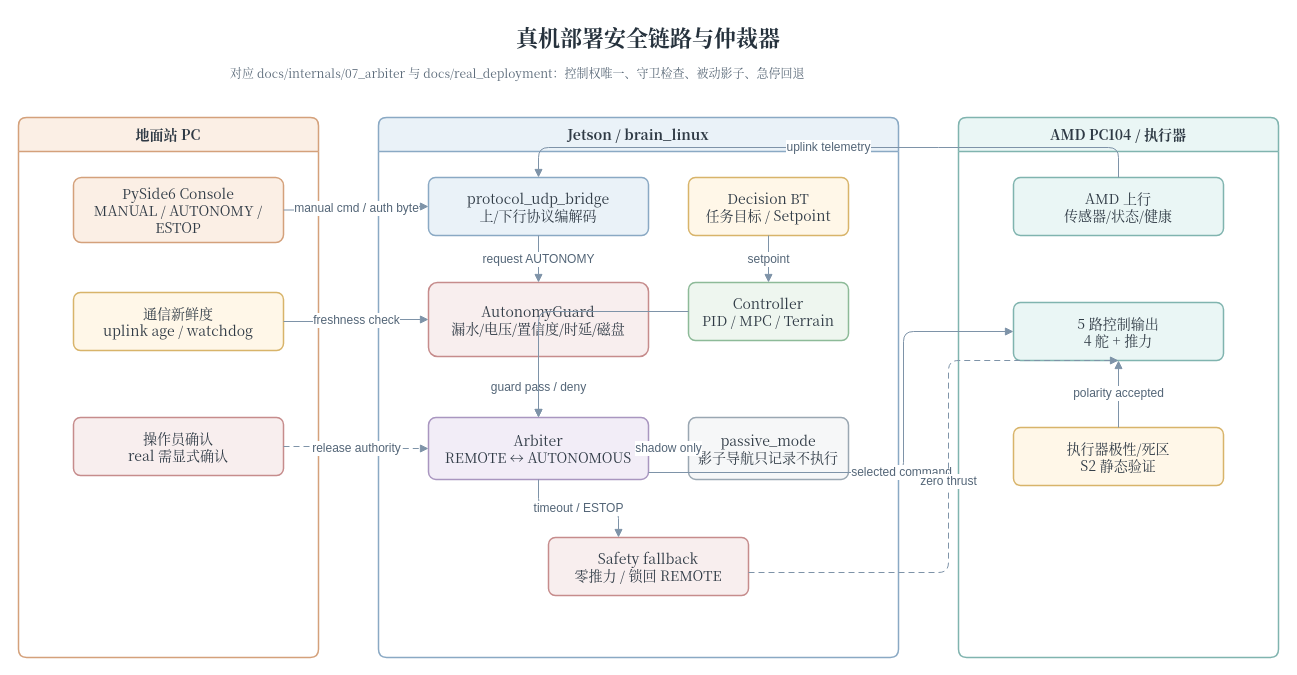
360ZMEM/AUV-Master-Project keeps this draw.io diagram as docs/thesis/figures/architecture/auv_safety_arbiter_deployment.drawio. Above is the earlier version. Source tidied: cells renumbered, new cells numbered last; positions are measured from the earlier drawing's top-left corner, leaving out a move shared by most shapes. Both pictures are drawn from the tidied source at 100%, with x=0, y=0 at pixel (18, 17).
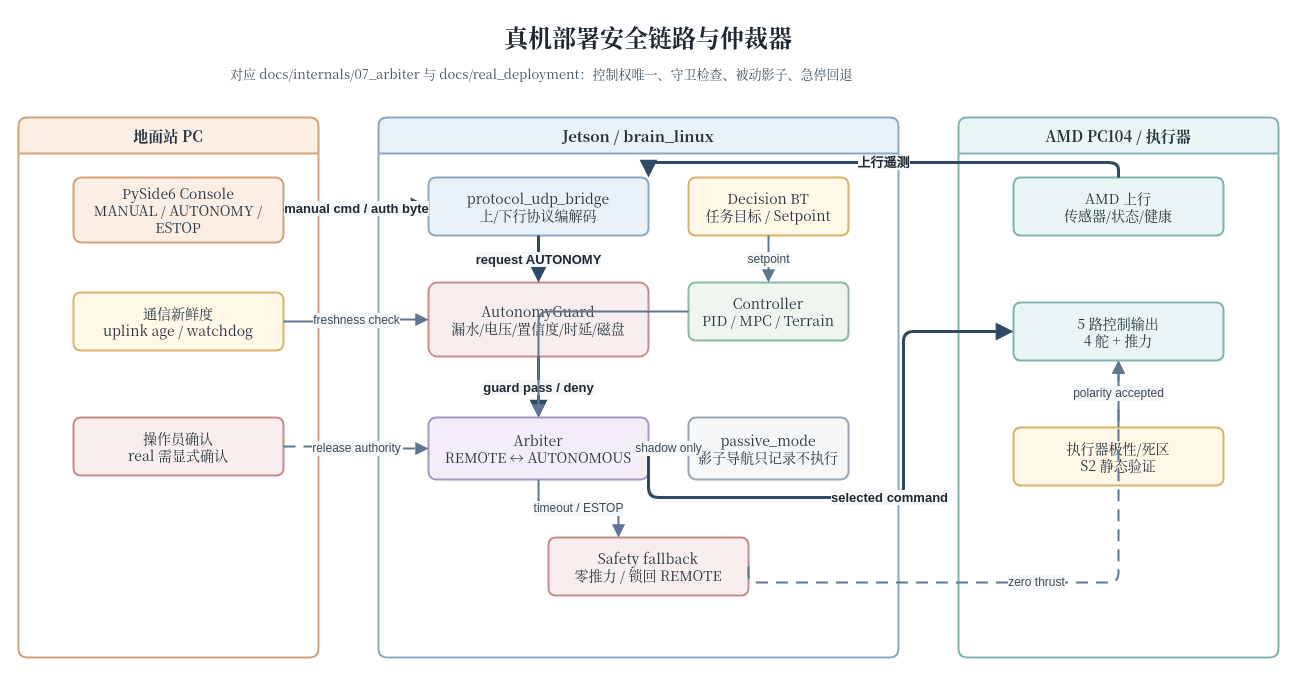
The same diagram, later.

The edit, as a diff of the source:
```diff
@@
-    <mxCell id="2" value="真机部署安全链路与仲裁器" style="text;html=1;strokeColor=none;fillColor=none;align=center;verticalAlign=middle;whiteSpace=wrap;rounded=0;fontFamily=Noto Serif CJK SC,Times New Roman;fontSize=22;fontStyle=1;fontColor=#26323D;" parent="1" vertex="1">
+    <mxCell id="2" value="真机部署安全链路与仲裁器" style="text;html=1;strokeColor=none;fillColor=none;align=center;verticalAlign=middle;whiteSpace=wrap;rounded=0;fontFamily=Noto Serif CJK SC,Times New Roman;fontSize=24;fontStyle=1;fontColor=#1E2732;" parent="1" vertex="1">
       <mxGeometry x="280" width="700" height="40" as="geometry" />
     </mxCell>
-    <mxCell id="3" value="对应 docs/internals/07_arbiter 与 docs/real_deployment：控制权唯一、守卫检查、被动影子、急停回退" style="text;html=1;strokeColor=none;fillColor=none;align=left;verticalAlign=top;whiteSpace=wrap;rounded=0;fontFamily=Noto Serif CJK SC,Times New Roman;fontSize=12;fontColor=#5C6B7A;" parent="1" vertex="1">
+    <mxCell id="3" value="对应 docs/internals/07_arbiter 与 docs/real_deployment：控制权唯一、守卫检查、被动影子、急停回退" style="text;html=1;strokeColor=none;fillColor=none;align=left;verticalAlign=top;whiteSpace=wrap;rounded=0;fontFamily=Noto Serif CJK SC,Times New Roman;fontSize=13;fontColor=#43525F;" parent="1" vertex="1">
       <mxGeometry x="210" y="42" width="850" height="34" as="geometry" />
     </mxCell>
-    <mxCell id="4" value="地面站 PC" style="swimlane;whiteSpace=wrap;html=1;startSize=34;rounded=1;arcSize=8;fillColor=#FBEFE5;strokeColor=#D4A17B;strokeWidth=1.5;fontFamily=Noto Serif CJK SC,Times New Roman;fontSize=14;fontColor=#2F3A45;" parent="1" vertex="1">
+    <mxCell id="4" value="地面站 PC" style="swimlane;whiteSpace=wrap;html=1;startSize=36;rounded=1;arcSize=8;fillColor=#FBEFE5;strokeColor=#D4A17B;strokeWidth=2;fontFamily=Noto Serif CJK SC,Times New Roman;fontSize=14;fontColor=#26323D;fontStyle=1;fontSize=15;" parent="1" vertex="1">
       <mxGeometry y="100" width="300" height="540" as="geometry" />
     </mxCell>
-    <mxCell id="5" value="Jetson / brain_linux" style="swimlane;whiteSpace=wrap;html=1;startSize=34;rounded=1;arcSize=8;fillColor=#EAF2F8;strokeColor=#8AA9C4;strokeWidth=1.5;fontFamily=Noto Serif CJK SC,Times New Roman;fontSize=14;fontColor=#2F3A45;" parent="1" vertex="1">
+    <mxCell id="5" value="Jetson / brain_linux" style="swimlane;whiteSpace=wrap;html=1;startSize=36;rounded=1;arcSize=8;fillColor=#EAF2F8;strokeColor=#8AA9C4;strokeWidth=2;fontFamily=Noto Serif CJK SC,Times New Roman;fontSize=14;fontColor=#26323D;fontStyle=1;fontSize=15;" parent="1" vertex="1">
       <mxGeometry x="360" y="100" width="520" height="540" as="geometry" />
     </mxCell>
-    <mxCell id="6" value="AMD PC104 / 执行器" style="swimlane;whiteSpace=wrap;html=1;startSize=34;rounded=1;arcSize=8;fillColor=#EAF6F5;strokeColor=#80B4AF;strokeWidth=1.5;fontFamily=Noto Serif CJK SC,Times New Roman;fontSize=14;fontColor=#2F3A45;" parent="1" vertex="1">
+    <mxCell id="6" value="AMD PC104 / 执行器" style="swimlane;whiteSpace=wrap;html=1;startSize=36;rounded=1;arcSize=8;fillColor=#EAF6F5;strokeColor=#80B4AF;strokeWidth=2;fontFamily=Noto Serif CJK SC,Times New Roman;fontSize=14;fontColor=#26323D;fontStyle=1;fontSize=15;" parent="1" vertex="1">
       <mxGeometry x="940" y="100" width="320" height="540" as="geometry" />
     </mxCell>
-    <mxCell id="7" value="PySide6 Console&#10;MANUAL / AUTONOMY / ESTOP" style="rounded=1;whiteSpace=wrap;html=1;arcSize=12;fillColor=#FBEFE5;strokeColor=#D4A17B;strokeWidth=1.5;spacing=8;fontFamily=Noto Serif CJK SC,Times New Roman;fontSize=14;fontColor=#2F3A45;" parent="4" vertex="1">
+    <mxCell id="7" value="PySide6 Console&#10;MANUAL / AUTONOMY / ESTOP" style="rounded=1;whiteSpace=wrap;html=1;arcSize=12;fillColor=#FBEFE5;strokeColor=#D4A17B;strokeWidth=2;spacing=8;shadow=0;fontFamily=Noto Serif CJK SC,Times New Roman;fontSize=14;fontColor=#26323D;" parent="4" vertex="1">
       <mxGeometry x="55" y="60" width="210" height="65" as="geometry" />
     </mxCell>
-    <mxCell id="8" value="通信新鲜度&#10;uplink age / watchdog" style="rounded=1;whiteSpace=wrap;html=1;arcSize=12;fillColor=#FFF7E8;strokeColor=#D8B46A;strokeWidth=1.5;spacing=8;fontFamily=Noto Serif CJK SC,Times New Roman;fontSize=14;fontColor=#2F3A45;" parent="4" vertex="1">
+    <mxCell id="8" value="通信新鲜度&#10;uplink age / watchdog" style="rounded=1;whiteSpace=wrap;html=1;arcSize=12;fillColor=#FFF7E8;strokeColor=#D8B46A;strokeWidth=2;spacing=8;shadow=0;fontFamily=Noto Serif CJK SC,Times New Roman;fontSize=14;fontColor=#26323D;" parent="4" vertex="1">
       <mxGeometry x="55" y="175" width="210" height="58" as="geometry" />
     </mxCell>
-    <mxCell id="9" value="操作员确认&#10;real 需显式确认" style="rounded=1;whiteSpace=wrap;html=1;arcSize=12;fillColor=#F8EEEE;strokeColor=#C68C8C;strokeWidth=1.5;spacing=8;fontFamily=Noto Serif CJK SC,Times New Roman;fontSize=14;fontColor=#2F3A45;" parent="4" vertex="1">
+    <mxCell id="9" value="操作员确认&#10;real 需显式确认" style="rounded=1;whiteSpace=wrap;html=1;arcSize=12;fillColor=#F8EEEE;strokeColor=#C68C8C;strokeWidth=2;spacing=8;shadow=0;fontFamily=Noto Serif CJK SC,Times New Roman;fontSize=14;fontColor=#26323D;" parent="4" vertex="1">
       <mxGeometry x="55" y="300" width="210" height="58" as="geometry" />
     </mxCell>
-    <mxCell id="10" value="protocol_udp_bridge&#10;上/下行协议编解码" style="rounded=1;whiteSpace=wrap;html=1;arcSize=12;fillColor=#EAF2F8;strokeColor=#8AA9C4;strokeWidth=1.5;spacing=8;fontFamily=Noto Serif CJK SC,Times New Roman;fontSize=14;fontColor=#2F3A45;" parent="5" vertex="1">
+    <mxCell id="10" value="protocol_udp_bridge&#10;上/下行协议编解码" style="rounded=1;whiteSpace=wrap;html=1;arcSize=12;fillColor=#EAF2F8;strokeColor=#8AA9C4;strokeWidth=2;spacing=8;shadow=0;fontFamily=Noto Serif CJK SC,Times New Roman;fontSize=14;fontColor=#26323D;" parent="5" vertex="1">
       <mxGeometry x="50" y="60" width="220" height="58" as="geometry" />
     </mxCell>
-    <mxCell id="11" value="AutonomyGuard&#10;漏水/电压/置信度/时延/磁盘" style="rounded=1;whiteSpace=wrap;html=1;arcSize=12;fillColor=#F8EEEE;strokeColor=#C68C8C;strokeWidth=1.5;spacing=8;fontFamily=Noto Serif CJK SC,Times New Roman;fontSize=14;fontColor=#2F3A45;" parent="5" vertex="1">
+    <mxCell id="11" value="AutonomyGuard&#10;漏水/电压/置信度/时延/磁盘" style="rounded=1;whiteSpace=wrap;html=1;arcSize=12;fillColor=#F8EEEE;strokeColor=#C68C8C;strokeWidth=2;spacing=8;shadow=0;fontFamily=Noto Serif CJK SC,Times New Roman;fontSize=14;fontColor=#26323D;" parent="5" vertex="1">
       <mxGeometry x="50" y="165" width="220" height="74" as="geometry" />
     </mxCell>
-    <mxCell id="12" value="Arbiter&#10;REMOTE ↔ AUTONOMOUS" style="rounded=1;whiteSpace=wrap;html=1;arcSize=12;fillColor=#F2EDF7;strokeColor=#A996C0;strokeWidth=1.5;spacing=8;fontFamily=Noto Serif CJK SC,Times New Roman;fontSize=14;fontColor=#2F3A45;" parent="5" vertex="1">
+    <mxCell id="12" value="Arbiter&#10;REMOTE ↔ AUTONOMOUS" style="rounded=1;whiteSpace=wrap;html=1;arcSize=12;fillColor=#F2EDF7;strokeColor=#A996C0;strokeWidth=2;spacing=8;shadow=0;fontFamily=Noto Serif CJK SC,Times New Roman;fontSize=14;fontColor=#26323D;" parent="5" vertex="1">
       <mxGeometry x="50" y="300" width="220" height="62" as="geometry" />
     </mxCell>
-    <mxCell id="13" value="Controller&#10;PID / MPC / Terrain" style="rounded=1;whiteSpace=wrap;html=1;arcSize=12;fillColor=#EEF6EF;strokeColor=#8DBA98;strokeWidth=1.5;spacing=8;fontFamily=Noto Serif CJK SC,Times New Roman;fontSize=14;fontColor=#2F3A45;" parent="5" vertex="1">
+    <mxCell id="13" value="Controller&#10;PID / MPC / Terrain" style="rounded=1;whiteSpace=wrap;html=1;arcSize=12;fillColor=#EEF6EF;strokeColor=#8DBA98;strokeWidth=2;spacing=8;shadow=0;fontFamily=Noto Serif CJK SC,Times New Roman;fontSize=14;fontColor=#26323D;" parent="5" vertex="1">
       <mxGeometry x="310" y="165" width="160" height="58" as="geometry" />
     </mxCell>
-    <mxCell id="14" value="Decision BT&#10;任务目标 / Setpoint" style="rounded=1;whiteSpace=wrap;html=1;arcSize=12;fillColor=#FFF7E8;strokeColor=#D8B46A;strokeWidth=1.5;spacing=8;fontFamily=Noto Serif CJK SC,Times New Roman;fontSize=14;fontColor=#2F3A45;" parent="5" vertex="1">
+    <mxCell id="14" value="Decision BT&#10;任务目标 / Setpoint" style="rounded=1;whiteSpace=wrap;html=1;arcSize=12;fillColor=#FFF7E8;strokeColor=#D8B46A;strokeWidth=2;spacing=8;shadow=0;fontFamily=Noto Serif CJK SC,Times New Roman;fontSize=14;fontColor=#26323D;" parent="5" vertex="1">
       <mxGeometry x="310" y="60" width="160" height="58" as="geometry" />
     </mxCell>
-    <mxCell id="15" value="passive_mode&#10;影子导航只记录不执行" style="rounded=1;whiteSpace=wrap;html=1;arcSize=12;fillColor=#F6F7F8;strokeColor=#9AA7B2;strokeWidth=1.5;spacing=8;fontFamily=Noto Serif CJK SC,Times New Roman;fontSize=14;fontColor=#2F3A45;" parent="5" vertex="1">
+    <mxCell id="15" value="passive_mode&#10;影子导航只记录不执行" style="rounded=1;whiteSpace=wrap;html=1;arcSize=12;fillColor=#F6F7F8;strokeColor=#9AA7B2;strokeWidth=2;spacing=8;shadow=0;fontFamily=Noto Serif CJK SC,Times New Roman;fontSize=14;fontColor=#26323D;" parent="5" vertex="1">
       <mxGeometry x="310" y="300" width="160" height="62" as="geometry" />
     </mxCell>
-    <mxCell id="16" value="Safety fallback&#10;零推力 / 锁回 REMOTE" style="rounded=1;whiteSpace=wrap;html=1;arcSize=12;fillColor=#F8EEEE;strokeColor=#C68C8C;strokeWidth=1.5;spacing=8;fontFamily=Noto Serif CJK SC,Times New Roman;fontSize=14;fontColor=#2F3A45;" parent="5" vertex="1">
+    <mxCell id="16" value="Safety fallback&#10;零推力 / 锁回 REMOTE" style="rounded=1;whiteSpace=wrap;html=1;arcSize=12;fillColor=#F8EEEE;strokeColor=#C68C8C;strokeWidth=2;spacing=8;shadow=0;fontFamily=Noto Serif CJK SC,Times New Roman;fontSize=14;fontColor=#26323D;" parent="5" vertex="1">
       <mxGeometry x="170" y="420" width="200" height="58" as="geometry" />
     </mxCell>
-    <mxCell id="17" value="AMD 上行&#10;传感器/状态/健康" style="rounded=1;whiteSpace=wrap;html=1;arcSize=12;fillColor=#EAF6F5;strokeColor=#80B4AF;strokeWidth=1.5;spacing=8;fontFamily=Noto Serif CJK SC,Times New Roman;fontSize=14;fontColor=#2F3A45;" parent="6" vertex="1">
+    <mxCell id="17" value="AMD 上行&#10;传感器/状态/健康" style="rounded=1;whiteSpace=wrap;html=1;arcSize=12;fillColor=#EAF6F5;strokeColor=#80B4AF;strokeWidth=2;spacing=8;shadow=0;fontFamily=Noto Serif CJK SC,Times New Roman;fontSize=14;fontColor=#26323D;" parent="6" vertex="1">
       <mxGeometry x="55" y="60" width="210" height="58" as="geometry" />
     </mxCell>
-    <mxCell id="18" value="5 路控制输出&#10;4 舵 + 推力" style="rounded=1;whiteSpace=wrap;html=1;arcSize=12;fillColor=#EAF6F5;strokeColor=#80B4AF;strokeWidth=1.5;spacing=8;fontFamily=Noto Serif CJK SC,Times New Roman;fontSize=14;fontColor=#2F3A45;" parent="6" vertex="1">
+    <mxCell id="18" value="5 路控制输出&#10;4 舵 + 推力" style="rounded=1;whiteSpace=wrap;html=1;arcSize=12;fillColor=#EAF6F5;strokeColor=#80B4AF;strokeWidth=2;spacing=8;shadow=0;fontFamily=Noto Serif CJK SC,Times New Roman;fontSize=14;fontColor=#26323D;" parent="6" vertex="1">
       <mxGeometry x="55" y="185" width="210" height="58" as="geometry" />
     </mxCell>
-    <mxCell id="19" value="执行器极性/死区&#10;S2 静态验证" style="rounded=1;whiteSpace=wrap;html=1;arcSize=12;fillColor=#FFF7E8;strokeColor=#D8B46A;strokeWidth=1.5;spacing=8;fontFamily=Noto Serif CJK SC,Times New Roman;fontSize=14;fontColor=#2F3A45;" parent="6" vertex="1">
+    <mxCell id="19" value="执行器极性/死区&#10;S2 静态验证" style="rounded=1;whiteSpace=wrap;html=1;arcSize=12;fillColor=#FFF7E8;strokeColor=#D8B46A;strokeWidth=2;spacing=8;shadow=0;fontFamily=Noto Serif CJK SC,Times New Roman;fontSize=14;fontColor=#26323D;" parent="6" vertex="1">
       <mxGeometry x="55" y="310" width="210" height="58" as="geometry" />
     </mxCell>
-    <mxCell id="20" value="manual cmd / auth byte" style="edgeStyle=orthogonalEdgeStyle;rounded=1;jettySize=auto;html=1;strokeColor=#7E93A8;fontColor=#536577;fontSize=12;endArrow=block;endFill=1;exitX=1;entryX=0;" parent="1" edge="1" source="7" target="10">
+    <mxCell id="20" value="manual cmd / auth byte" style="edgeStyle=orthogonalEdgeStyle;rounded=1;jettySize=auto;html=1;strokeColor=#2F4A63;fontColor=#1E2732;fontSize=13;fontStyle=1;strokeWidth=3;labelBackgroundColor=#F6F7F8;labelBorderColor=none;endArrow=block;endFill=1;endSize=10;exitX=1;entryX=0;" parent="1" edge="1" source="7" target="10">
       <mxGeometry relative="1" as="geometry" />
     </mxCell>
-    <mxCell id="21" value="freshness check" style="edgeStyle=orthogonalEdgeStyle;rounded=1;jettySize=auto;html=1;strokeColor=#7E93A8;fontColor=#536577;fontSize=12;endArrow=block;endFill=1;exitX=1;entryX=0;" parent="1" edge="1" source="8" target="11">
+    <mxCell id="21" value="freshness check" style="edgeStyle=orthogonalEdgeStyle;rounded=1;jettySize=auto;html=1;strokeColor=#5F7690;fontColor=#3B4A57;fontSize=12;strokeWidth=2;labelBackgroundColor=#F6F7F8;labelBorderColor=none;endArrow=block;endFill=1;endSize=8;exitX=1;entryX=0;" parent="1" edge="1" source="8" target="11">
       <mxGeometry relative="1" as="geometry" />
     </mxCell>
-    <mxCell id="22" value="release authority" style="edgeStyle=orthogonalEdgeStyle;rounded=1;jettySize=auto;html=1;strokeColor=#7E93A8;fontColor=#536577;fontSize=12;endArrow=block;endFill=1;dashed=1;dashPattern=6 4;exitX=1;entryX=0;" parent="1" edge="1" source="9" target="12">
+    <mxCell id="22" value="release authority" style="edgeStyle=orthogonalEdgeStyle;rounded=1;jettySize=auto;html=1;strokeColor=#5F7690;fontColor=#3B4A57;fontSize=12;strokeWidth=2;labelBackgroundColor=#F6F7F8;labelBorderColor=none;endArrow=block;endFill=1;endSize=8;dashed=1;dashPattern=6 4;exitX=1;entryX=0;" parent="1" edge="1" source="9" target="12">
       <mxGeometry relative="1" as="geometry" />
     </mxCell>
-    <mxCell id="23" value="uplink telemetry" style="edgeStyle=orthogonalEdgeStyle;rounded=1;jettySize=auto;html=1;strokeColor=#7E93A8;fontColor=#536577;fontSize=12;endArrow=block;endFill=1;exitX=0;entryX=1;" parent="1" edge="1" source="17" target="10">
+    <mxCell id="23" value="上行遥测" style="edgeStyle=orthogonalEdgeStyle;rounded=1;jettySize=auto;html=1;strokeColor=#2F4A63;fontColor=#1E2732;fontSize=13;fontStyle=1;strokeWidth=3;labelBackgroundColor=#F6F7F8;labelBorderColor=none;endArrow=block;endFill=1;endSize=10;exitX=0.5;exitY=0;entryX=1;entryY=0;" parent="1" edge="1" source="17" target="10">
       <mxGeometry relative="1" as="geometry">
         <Array as="points">
-          <mxPoint x="930" y="130" />
-          <mxPoint x="650" y="130" />
+          <mxPoint x="1100" y="145" />
+          <mxPoint x="630" y="145" />
         </Array>
       </mxGeometry>
     </mxCell>
-    <mxCell id="24" value="request AUTONOMY" style="edgeStyle=orthogonalEdgeStyle;rounded=1;jettySize=auto;html=1;strokeColor=#7E93A8;fontColor=#536577;fontSize=12;endArrow=block;endFill=1;exitX=0.5;exitY=1;entryX=0.5;entryY=0;" parent="1" edge="1" source="10" target="11">
+    <mxCell id="24" value="request AUTONOMY" style="edgeStyle=orthogonalEdgeStyle;rounded=1;jettySize=auto;html=1;strokeColor=#2F4A63;fontColor=#1E2732;fontSize=13;fontStyle=1;strokeWidth=3;labelBackgroundColor=#F6F7F8;labelBorderColor=none;endArrow=block;endFill=1;endSize=10;exitX=0.5;exitY=1;entryX=0.5;entryY=0;" parent="1" edge="1" source="10" target="11">
       <mxGeometry relative="1" as="geometry" />
     </mxCell>
-    <mxCell id="25" value="guard pass / deny" style="edgeStyle=orthogonalEdgeStyle;rounded=1;jettySize=auto;html=1;strokeColor=#7E93A8;fontColor=#536577;fontSize=12;endArrow=block;endFill=1;exitX=0.5;exitY=1;entryX=0.5;entryY=0;" parent="1" edge="1" source="11" target="12">
+    <mxCell id="25" value="guard pass / deny" style="edgeStyle=orthogonalEdgeStyle;rounded=1;jettySize=auto;html=1;strokeColor=#2F4A63;fontColor=#1E2732;fontSize=13;fontStyle=1;strokeWidth=3;labelBackgroundColor=#F6F7F8;labelBorderColor=none;endArrow=block;endFill=1;endSize=10;exitX=0.5;exitY=1;entryX=0.5;entryY=0;" parent="1" edge="1" source="11" target="12">
       <mxGeometry relative="1" as="geometry" />
     </mxCell>
-    <mxCell id="26" value="setpoint" style="edgeStyle=orthogonalEdgeStyle;rounded=1;jettySize=auto;html=1;strokeColor=#7E93A8;fontColor=#536577;fontSize=12;endArrow=block;endFill=1;exitX=0.5;exitY=1;entryX=0.5;entryY=0;" parent="1" edge="1" source="14" target="13">
+    <mxCell id="26" value="setpoint" style="edgeStyle=orthogonalEdgeStyle;rounded=1;jettySize=auto;html=1;strokeColor=#5F7690;fontColor=#3B4A57;fontSize=12;strokeWidth=2;labelBackgroundColor=#F6F7F8;labelBorderColor=none;endArrow=block;endFill=1;endSize=8;exitX=0.5;exitY=1;entryX=0.5;entryY=0;" parent="1" edge="1" source="14" target="13">
       <mxGeometry relative="1" as="geometry" />
     </mxCell>
-    <mxCell id="27" style="edgeStyle=orthogonalEdgeStyle;rounded=1;jettySize=auto;html=1;strokeColor=#7E93A8;fontColor=#536577;fontSize=12;endArrow=block;endFill=1;exitX=0;entryX=1;" parent="1" edge="1" source="13" target="12">
+    <mxCell id="27" style="edgeStyle=orthogonalEdgeStyle;rounded=1;jettySize=auto;html=1;strokeColor=#5F7690;fontColor=#3B4A57;fontSize=12;strokeWidth=2;labelBackgroundColor=#F6F7F8;labelBorderColor=none;endArrow=block;endFill=1;endSize=8;exitX=0;entryX=1;" parent="1" edge="1" source="13" target="12">
       <mxGeometry relative="1" as="geometry" />
     </mxCell>
-    <mxCell id="28" value="selected command" style="edgeStyle=orthogonalEdgeStyle;rounded=1;jettySize=auto;html=1;strokeColor=#7E93A8;fontColor=#536577;fontSize=12;endArrow=block;endFill=1;exitX=1;entryX=0;" parent="1" edge="1" source="12" target="18">
+    <mxCell id="28" value="selected command" style="edgeStyle=orthogonalEdgeStyle;rounded=1;jettySize=auto;html=1;strokeColor=#2F4A63;fontColor=#1E2732;fontSize=13;fontStyle=1;strokeWidth=3;labelBackgroundColor=#F6F7F8;labelBorderColor=none;endArrow=block;endFill=1;endSize=10;exitX=1;exitY=0.5;entryX=0;entryY=0.5;" parent="1" edge="1" source="12" target="18">
       <mxGeometry relative="1" as="geometry">
         <Array as="points">
-          <mxPoint x="885" y="455" />
+          <mxPoint x="885" y="480" />
         </Array>
       </mxGeometry>
     </mxCell>
-    <mxCell id="29" value="timeout / ESTOP" style="edgeStyle=orthogonalEdgeStyle;rounded=1;jettySize=auto;html=1;strokeColor=#7E93A8;fontColor=#536577;fontSize=12;endArrow=block;endFill=1;exitX=0.5;exitY=1;entryX=0.35;entryY=0;" parent="1" edge="1" source="12" target="16">
+    <mxCell id="29" value="timeout / ESTOP" style="edgeStyle=orthogonalEdgeStyle;rounded=1;jettySize=auto;html=1;strokeColor=#5F7690;fontColor=#3B4A57;fontSize=12;strokeWidth=2;labelBackgroundColor=#F6F7F8;labelBorderColor=none;endArrow=block;endFill=1;endSize=8;exitX=0.5;exitY=1;entryX=0.35;entryY=0;" parent="1" edge="1" source="12" target="16">
       <mxGeometry relative="1" as="geometry" />
     </mxCell>
-    <mxCell id="30" value="zero thrust" style="edgeStyle=orthogonalEdgeStyle;rounded=1;jettySize=auto;html=1;strokeColor=#7E93A8;fontColor=#536577;fontSize=12;endArrow=block;endFill=1;dashed=1;dashPattern=6 4;exitX=1;entryX=0.5;entryY=1;" parent="1" edge="1" source="16" target="18">
+    <mxCell id="30" value="zero thrust" style="edgeStyle=orthogonalEdgeStyle;rounded=1;jettySize=auto;html=1;strokeColor=#5F7690;fontColor=#3B4A57;fontSize=12;strokeWidth=2;labelBackgroundColor=#F6F7F8;labelBorderColor=none;endArrow=block;endFill=1;endSize=8;dashed=1;dashPattern=6 4;exitX=1;exitY=0.5;entryX=0.5;entryY=1;" parent="1" edge="1" source="16" target="18">
       <mxGeometry relative="1" as="geometry">
         <Array as="points">
-          <mxPoint x="930" y="555" />
+          <mxPoint x="850" y="565" />
+          <mxPoint x="1045" y="565" />
         </Array>
       </mxGeometry>
     </mxCell>
-    <mxCell id="31" value="shadow only" style="edgeStyle=orthogonalEdgeStyle;rounded=1;jettySize=auto;html=1;strokeColor=#7E93A8;fontColor=#536577;fontSize=12;endArrow=block;endFill=1;dashed=1;dashPattern=6 4;exitX=0;entryX=1;" parent="1" edge="1" source="15" target="12">
+    <mxCell id="31" value="shadow only" style="edgeStyle=orthogonalEdgeStyle;rounded=1;jettySize=auto;html=1;strokeColor=#5F7690;fontColor=#3B4A57;fontSize=12;strokeWidth=2;labelBackgroundColor=#F6F7F8;labelBorderColor=none;endArrow=block;endFill=1;endSize=8;dashed=1;dashPattern=6 4;exitX=0;entryX=1;" parent="1" edge="1" source="15" target="12">
       <mxGeometry relative="1" as="geometry" />
     </mxCell>
-    <mxCell id="32" value="polarity accepted" style="edgeStyle=orthogonalEdgeStyle;rounded=1;jettySize=auto;html=1;strokeColor=#7E93A8;fontColor=#536577;fontSize=12;endArrow=block;endFill=1;exitX=0.5;exitY=0;entryX=0.5;entryY=1;" parent="1" edge="1" source="19" target="18">
+    <mxCell id="32" value="polarity accepted" style="edgeStyle=orthogonalEdgeStyle;rounded=1;jettySize=auto;html=1;strokeColor=#5F7690;fontColor=#3B4A57;fontSize=12;strokeWidth=2;labelBackgroundColor=#F6F7F8;labelBorderColor=none;endArrow=block;endFill=1;endSize=8;exitX=0.5;exitY=0;entryX=0.5;entryY=1;" parent="1" edge="1" source="19" target="18">
       <mxGeometry relative="1" as="geometry" />
     </mxCell>
```
